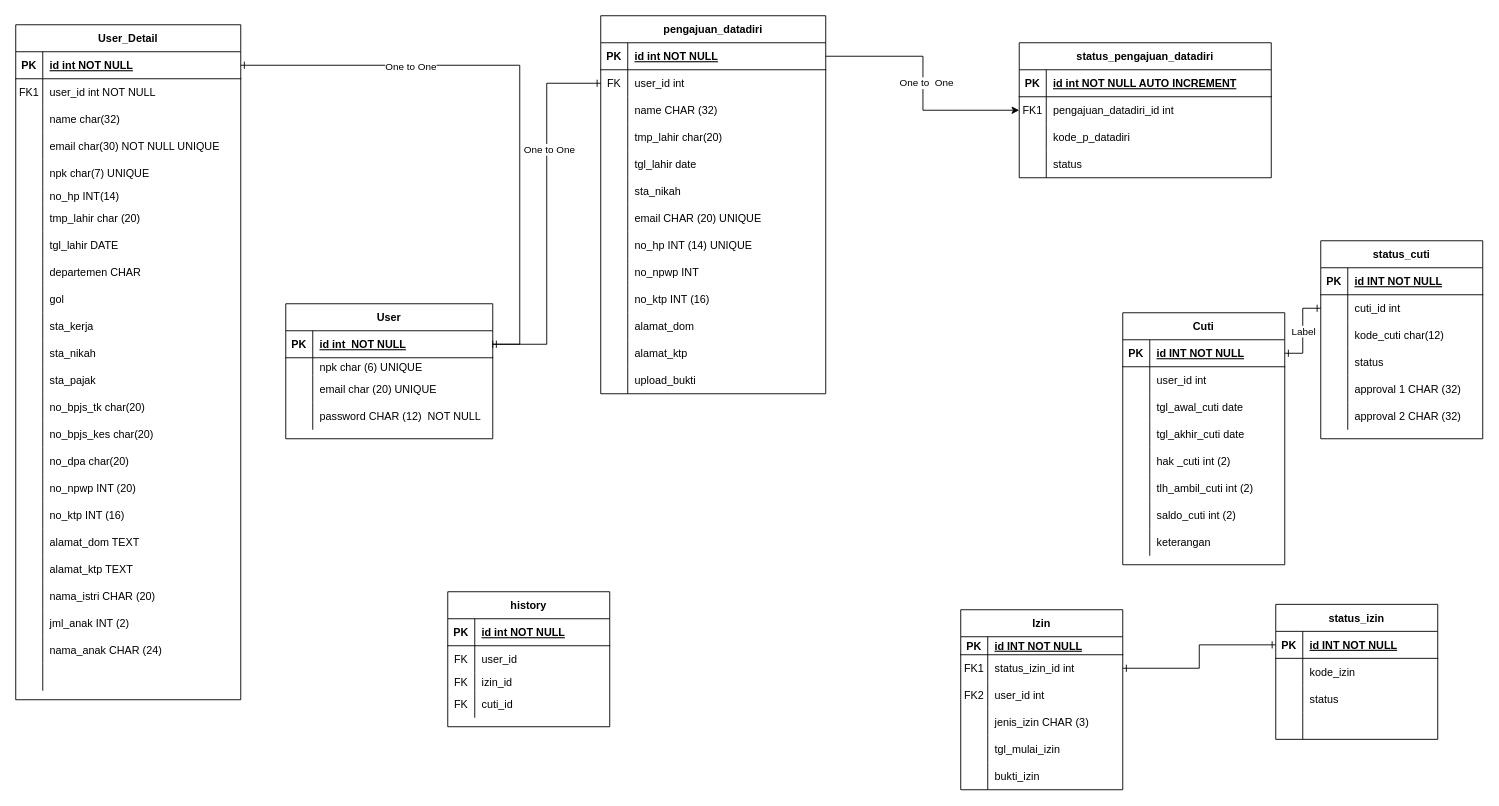
magang-aiia/ERD-Diagram keeps this draw.io diagram as ERDS1AR/ERD S1AR.drawio. Above is the earlier version. Source tidied: cells renumbered, new cells numbered last; positions are measured from the earlier drawing's top-left corner, leaving out a move shared by most shapes. Both pictures are drawn from the tidied source at 90%, with x=0, y=0 at pixel (15, 15).
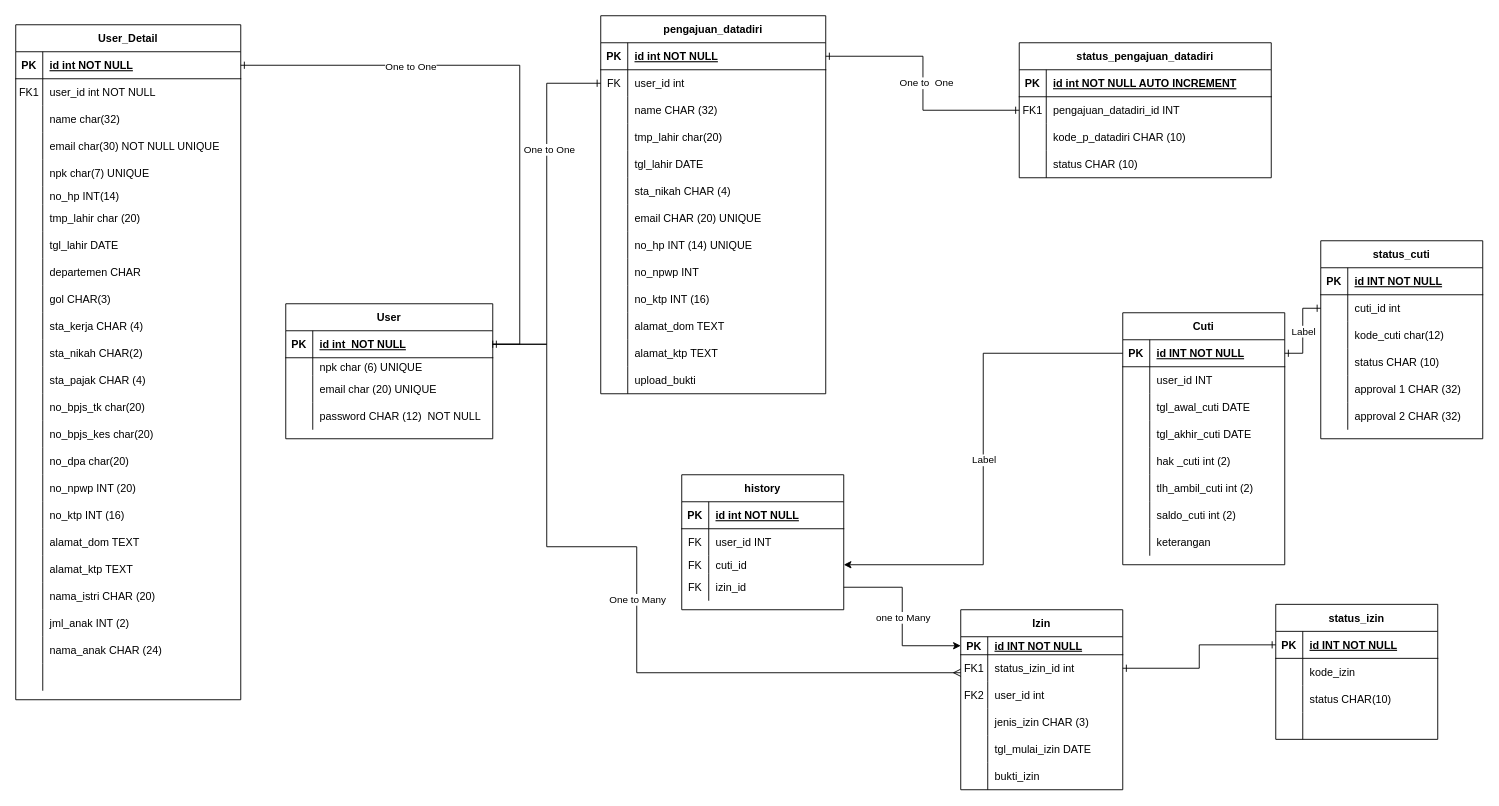
Above is the later version.

Commit message:
sbgn besar telah berelasi ERD S1AR.drawio

Unchanged cells that the change refers to:
```xml
<mxCell id="30" style="shape=partialRectangle;fillColor=none;top=0;left=0;right=0;bottom=0;" parent="2" vertex="1">
  <mxGeometry y="290" width="250" height="30" as="geometry" />
</mxCell>
<mxCell id="33" style="shape=partialRectangle;fillColor=none;top=0;left=0;right=0;bottom=0;" parent="2" vertex="1">
  <mxGeometry y="320" width="250" height="30" as="geometry" />
</mxCell>
<mxCell id="36" style="shape=partialRectangle;fillColor=none;top=0;left=0;right=0;bottom=0;" parent="2" vertex="1">
  <mxGeometry y="350" width="250" height="30" as="geometry" />
</mxCell>
<mxCell id="39" style="shape=partialRectangle;fillColor=none;top=0;left=0;right=0;bottom=0;" parent="2" vertex="1">
  <mxGeometry y="380" width="250" height="30" as="geometry" />
</mxCell>
<mxCell id="76" style="shape=partialRectangle;fillColor=none;points=[[0,0.5],[1,0.5]];portConstraint=eastwest;top=0;left=0;right=0;bottom=1;" parent="75" vertex="1">
  <mxGeometry y="30" width="250" height="30" as="geometry" />
</mxCell>
<mxCell id="88" style="shape=partialRectangle;fillColor=none;top=0;left=0;right=0;bottom=0;" parent="75" vertex="1">
  <mxGeometry y="150" width="250" height="30" as="geometry" />
</mxCell>
<mxCell id="91" style="shape=partialRectangle;fillColor=none;top=0;left=0;right=0;bottom=0;" parent="75" vertex="1">
  <mxGeometry y="180" width="250" height="30" as="geometry" />
</mxCell>
<mxCell id="106" style="shape=partialRectangle;fillColor=none;top=0;left=0;right=0;bottom=0;" parent="75" vertex="1">
  <mxGeometry y="330" width="250" height="30" as="geometry" />
</mxCell>
<mxCell id="109" style="shape=partialRectangle;fillColor=none;top=0;left=0;right=0;bottom=0;" parent="75" vertex="1">
  <mxGeometry y="360" width="250" height="30" as="geometry" />
</mxCell>
<mxCell id="116" style="shape=tableRow;horizontal=0;startSize=0;swimlaneHead=0;swimlaneBody=0;fillColor=none;points=[[0,0.5],[1,0.5]];portConstraint=eastwest;top=0;left=0;right=0;bottom=1;rounded=0;" parent="115" vertex="1">
  <mxGeometry y="30" width="230" height="30" as="geometry" />
</mxCell>
<mxCell id="129" style="shape=tableRow;horizontal=0;startSize=0;swimlaneHead=0;swimlaneBody=0;fillColor=none;points=[[0,0.5],[1,0.5]];portConstraint=eastwest;top=0;left=0;right=0;bottom=1;rounded=0;" parent="128" vertex="1">
  <mxGeometry y="30" width="180" height="30" as="geometry" />
</mxCell>
<mxCell id="132" style="shape=tableRow;horizontal=0;startSize=0;swimlaneHead=0;swimlaneBody=0;fillColor=none;top=0;left=0;right=0;bottom=0;rounded=0;" parent="128" vertex="1">
  <mxGeometry y="60" width="180" height="30" as="geometry" />
</mxCell>
<mxCell id="135" style="shape=tableRow;horizontal=0;startSize=0;swimlaneHead=0;swimlaneBody=0;fillColor=none;top=0;left=0;right=0;bottom=0;rounded=0;" parent="128" vertex="1">
  <mxGeometry y="90" width="180" height="30" as="geometry" />
</mxCell>
<mxCell id="138" style="shape=tableRow;horizontal=0;startSize=0;swimlaneHead=0;swimlaneBody=0;fillColor=none;top=0;left=0;right=0;bottom=0;rounded=0;" parent="128" vertex="1">
  <mxGeometry y="120" width="180" height="30" as="geometry" />
</mxCell>
<mxCell id="154" style="shape=tableRow;horizontal=0;startSize=0;swimlaneHead=0;swimlaneBody=0;fillColor=none;points=[[0,0.5],[1,0.5]];portConstraint=eastwest;top=0;left=0;right=0;bottom=1;rounded=0;" parent="153" vertex="1">
  <mxGeometry y="30" width="180" height="20" as="geometry" />
</mxCell>
<mxCell id="166" style="shape=tableRow;horizontal=0;startSize=0;swimlaneHead=0;swimlaneBody=0;fillColor=none;top=0;left=0;right=0;bottom=0;rounded=0;" parent="153" vertex="1">
  <mxGeometry y="140" width="180" height="30" as="geometry" />
</mxCell>
<mxCell id="176" style="shape=tableRow;horizontal=0;startSize=0;swimlaneHead=0;swimlaneBody=0;fillColor=none;points=[[0,0.5],[1,0.5]];portConstraint=eastwest;top=0;left=0;right=0;bottom=0;rounded=0;" parent="172" vertex="1">
  <mxGeometry y="60" width="280" height="30" as="geometry" />
</mxCell>
<mxCell id="179" style="shape=tableRow;horizontal=0;startSize=0;swimlaneHead=0;swimlaneBody=0;fillColor=none;top=0;left=0;right=0;bottom=0;rounded=0;" parent="172" vertex="1">
  <mxGeometry y="90" width="280" height="30" as="geometry" />
</mxCell>
<mxCell id="182" style="shape=tableRow;horizontal=0;startSize=0;swimlaneHead=0;swimlaneBody=0;fillColor=none;top=0;left=0;right=0;bottom=0;rounded=0;" parent="172" vertex="1">
  <mxGeometry y="120" width="280" height="30" as="geometry" />
</mxCell>
<mxCell id="195" style="shape=tableRow;horizontal=0;startSize=0;swimlaneHead=0;swimlaneBody=0;fillColor=none;top=0;left=0;right=0;bottom=0;rounded=0;" parent="185" vertex="1">
  <mxGeometry y="120" width="180" height="30" as="geometry" />
</mxCell>
<mxCell id="211" style="shape=tableRow;horizontal=0;startSize=0;swimlaneHead=0;swimlaneBody=0;fillColor=none;top=0;left=0;right=0;bottom=0;rounded=0;" parent="204" vertex="1">
  <mxGeometry y="90" width="180" height="30" as="geometry" />
</mxCell>
<mxCell id="221" style="shape=tableRow;horizontal=0;startSize=0;swimlaneHead=0;swimlaneBody=0;fillColor=none;top=0;left=0;right=0;bottom=0;rounded=0;" parent="217" vertex="1">
  <mxGeometry y="60" width="180" height="30" as="geometry" />
</mxCell>
<mxCell id="224" style="shape=tableRow;horizontal=0;startSize=0;swimlaneHead=0;swimlaneBody=0;fillColor=none;points=[[0,0.5],[1,0.5]];portConstraint=eastwest;top=0;left=0;right=0;bottom=0;rounded=0;" parent="217" vertex="1">
  <mxGeometry y="90" width="180" height="20" as="geometry" />
</mxCell>
<mxCell id="227" style="shape=tableRow;horizontal=0;startSize=0;swimlaneHead=0;swimlaneBody=0;fillColor=none;points=[[0,0.5],[1,0.5]];portConstraint=eastwest;top=0;left=0;right=0;bottom=0;rounded=0;" parent="217" vertex="1">
  <mxGeometry y="110" width="180" height="30" as="geometry" />
</mxCell>
```

Change to the diagram source:
```diff
@@
-    <mxCell id="32" value="gol" style="shape=partialRectangle;overflow=hidden;fillColor=none;top=0;left=0;bottom=0;right=0;align=left;spacingLeft=6;" parent="30" vertex="1">
+    <mxCell id="32" value="gol CHAR(3)" style="shape=partialRectangle;overflow=hidden;fillColor=none;top=0;left=0;bottom=0;right=0;align=left;spacingLeft=6;" parent="30" vertex="1">
       <mxGeometry x="30" width="220" height="30" as="geometry" />
     </mxCell>
@@
-    <mxCell id="35" value="sta_kerja" style="shape=partialRectangle;overflow=hidden;fillColor=none;top=0;left=0;bottom=0;right=0;align=left;spacingLeft=6;" parent="33" vertex="1">
+    <mxCell id="35" value="sta_kerja CHAR (4)" style="shape=partialRectangle;overflow=hidden;fillColor=none;top=0;left=0;bottom=0;right=0;align=left;spacingLeft=6;" parent="33" vertex="1">
       <mxGeometry x="30" width="220" height="30" as="geometry" />
     </mxCell>
@@
-    <mxCell id="38" value="sta_nikah" style="shape=partialRectangle;overflow=hidden;fillColor=none;top=0;left=0;bottom=0;right=0;align=left;spacingLeft=6;" parent="36" vertex="1">
+    <mxCell id="38" value="sta_nikah CHAR(2)" style="shape=partialRectangle;overflow=hidden;fillColor=none;top=0;left=0;bottom=0;right=0;align=left;spacingLeft=6;" parent="36" vertex="1">
       <mxGeometry x="30" width="220" height="30" as="geometry" />
     </mxCell>
@@
-    <mxCell id="41" value="sta_pajak" style="shape=partialRectangle;overflow=hidden;fillColor=none;top=0;left=0;bottom=0;right=0;align=left;spacingLeft=6;" parent="39" vertex="1">
+    <mxCell id="41" value="sta_pajak CHAR (4)" style="shape=partialRectangle;overflow=hidden;fillColor=none;top=0;left=0;bottom=0;right=0;align=left;spacingLeft=6;" parent="39" vertex="1">
       <mxGeometry x="30" width="220" height="30" as="geometry" />
     </mxCell>
@@
-    <mxCell id="90" value="tgl_lahir date" style="shape=partialRectangle;overflow=hidden;fillColor=none;top=0;left=0;bottom=0;right=0;align=left;spacingLeft=6;" parent="88" vertex="1">
+    <mxCell id="90" value="tgl_lahir DATE" style="shape=partialRectangle;overflow=hidden;fillColor=none;top=0;left=0;bottom=0;right=0;align=left;spacingLeft=6;" parent="88" vertex="1">
       <mxGeometry x="30" width="220" height="30" as="geometry" />
     </mxCell>
@@
-    <mxCell id="93" value="sta_nikah" style="shape=partialRectangle;overflow=hidden;fillColor=none;top=0;left=0;bottom=0;right=0;align=left;spacingLeft=6;" parent="91" vertex="1">
+    <mxCell id="93" value="sta_nikah CHAR (4)" style="shape=partialRectangle;overflow=hidden;fillColor=none;top=0;left=0;bottom=0;right=0;align=left;spacingLeft=6;" parent="91" vertex="1">
       <mxGeometry x="30" width="220" height="30" as="geometry" />
     </mxCell>
@@
-    <mxCell id="108" value="alamat_dom" style="shape=partialRectangle;overflow=hidden;fillColor=none;top=0;left=0;bottom=0;right=0;align=left;spacingLeft=6;" parent="106" vertex="1">
+    <mxCell id="108" value="alamat_dom TEXT" style="shape=partialRectangle;overflow=hidden;fillColor=none;top=0;left=0;bottom=0;right=0;align=left;spacingLeft=6;" parent="106" vertex="1">
       <mxGeometry x="30" width="220" height="30" as="geometry" />
     </mxCell>
@@
-    <mxCell id="111" value="alamat_ktp" style="shape=partialRectangle;overflow=hidden;fillColor=none;top=0;left=0;bottom=0;right=0;align=left;spacingLeft=6;" parent="109" vertex="1">
+    <mxCell id="111" value="alamat_ktp TEXT" style="shape=partialRectangle;overflow=hidden;fillColor=none;top=0;left=0;bottom=0;right=0;align=left;spacingLeft=6;" parent="109" vertex="1">
       <mxGeometry x="30" width="220" height="30" as="geometry" />
     </mxCell>
@@
-    <mxCell id="134" value="user_id int" style="shape=partialRectangle;fillColor=none;top=0;left=0;bottom=0;right=0;align=left;spacingLeft=6;overflow=hidden;rounded=0;" parent="132" vertex="1">
+    <mxCell id="134" value="user_id INT" style="shape=partialRectangle;fillColor=none;top=0;left=0;bottom=0;right=0;align=left;spacingLeft=6;overflow=hidden;rounded=0;" parent="132" vertex="1">
       <mxGeometry x="30" width="150" height="30" as="geometry" />
     </mxCell>
@@
-    <mxCell id="137" value="tgl_awal_cuti date" style="shape=partialRectangle;fillColor=none;top=0;left=0;bottom=0;right=0;align=left;spacingLeft=6;overflow=hidden;rounded=0;" parent="135" vertex="1">
+    <mxCell id="137" value="tgl_awal_cuti DATE" style="shape=partialRectangle;fillColor=none;top=0;left=0;bottom=0;right=0;align=left;spacingLeft=6;overflow=hidden;rounded=0;" parent="135" vertex="1">
       <mxGeometry x="30" width="150" height="30" as="geometry" />
     </mxCell>
@@
-    <mxCell id="140" value="tgl_akhir_cuti date" style="shape=partialRectangle;fillColor=none;top=0;left=0;bottom=0;right=0;align=left;spacingLeft=6;overflow=hidden;rounded=0;" parent="138" vertex="1">
+    <mxCell id="140" value="tgl_akhir_cuti DATE" style="shape=partialRectangle;fillColor=none;top=0;left=0;bottom=0;right=0;align=left;spacingLeft=6;overflow=hidden;rounded=0;" parent="138" vertex="1">
       <mxGeometry x="30" width="150" height="30" as="geometry" />
     </mxCell>
@@
-    <mxCell id="168" value="tgl_mulai_izin" style="shape=partialRectangle;fillColor=none;top=0;left=0;bottom=0;right=0;align=left;spacingLeft=6;overflow=hidden;rounded=0;" parent="166" vertex="1">
+    <mxCell id="168" value="tgl_mulai_izin DATE" style="shape=partialRectangle;fillColor=none;top=0;left=0;bottom=0;right=0;align=left;spacingLeft=6;overflow=hidden;rounded=0;" parent="166" vertex="1">
       <mxGeometry x="30" width="150" height="30" as="geometry" />
     </mxCell>
@@
-    <mxCell id="178" value="pengajuan_datadiri_id int" style="shape=partialRectangle;fillColor=none;top=0;left=0;bottom=0;right=0;align=left;spacingLeft=6;overflow=hidden;rounded=0;" parent="176" vertex="1">
+    <mxCell id="178" value="pengajuan_datadiri_id INT" style="shape=partialRectangle;fillColor=none;top=0;left=0;bottom=0;right=0;align=left;spacingLeft=6;overflow=hidden;rounded=0;" parent="176" vertex="1">
       <mxGeometry x="30" width="250" height="30" as="geometry" />
     </mxCell>
@@
-    <mxCell id="181" value="kode_p_datadiri" style="shape=partialRectangle;fillColor=none;top=0;left=0;bottom=0;right=0;align=left;spacingLeft=6;overflow=hidden;rounded=0;" parent="179" vertex="1">
+    <mxCell id="181" value="kode_p_datadiri CHAR (10)" style="shape=partialRectangle;fillColor=none;top=0;left=0;bottom=0;right=0;align=left;spacingLeft=6;overflow=hidden;rounded=0;" parent="179" vertex="1">
       <mxGeometry x="30" width="250" height="30" as="geometry" />
     </mxCell>
@@
-    <mxCell id="184" value="status" style="shape=partialRectangle;fillColor=none;top=0;left=0;bottom=0;right=0;align=left;spacingLeft=6;overflow=hidden;rounded=0;" parent="182" vertex="1">
+    <mxCell id="184" value="status CHAR (10)" style="shape=partialRectangle;fillColor=none;top=0;left=0;bottom=0;right=0;align=left;spacingLeft=6;overflow=hidden;rounded=0;" parent="182" vertex="1">
       <mxGeometry x="30" width="250" height="30" as="geometry" />
     </mxCell>
@@
-    <mxCell id="197" value="status" style="shape=partialRectangle;fillColor=none;top=0;left=0;bottom=0;right=0;align=left;spacingLeft=6;overflow=hidden;rounded=0;" parent="195" vertex="1">
+    <mxCell id="197" value="status CHAR (10)" style="shape=partialRectangle;fillColor=none;top=0;left=0;bottom=0;right=0;align=left;spacingLeft=6;overflow=hidden;rounded=0;" parent="195" vertex="1">
       <mxGeometry x="30" width="150" height="30" as="geometry" />
     </mxCell>
@@
-    <mxCell id="213" value="status" style="shape=partialRectangle;fillColor=none;top=0;left=0;bottom=0;right=0;align=left;spacingLeft=6;overflow=hidden;rounded=0;" parent="211" vertex="1">
+    <mxCell id="213" value="status CHAR(10)" style="shape=partialRectangle;fillColor=none;top=0;left=0;bottom=0;right=0;align=left;spacingLeft=6;overflow=hidden;rounded=0;" parent="211" vertex="1">
       <mxGeometry x="30" width="150" height="30" as="geometry" />
     </mxCell>
@@
     <mxCell id="217" value="history" style="shape=table;startSize=30;childLayout=tableLayout;rowLines=0;fontStyle=1;align=center;rounded=0;" parent="1" vertex="1">
-      <mxGeometry x="480" y="640" width="180" height="150" as="geometry" />
+      <mxGeometry x="740" y="510" width="180" height="150" as="geometry" />
     </mxCell>
@@
-    <mxCell id="223" value="user_id" style="shape=partialRectangle;fillColor=none;top=0;left=0;bottom=0;right=0;align=left;spacingLeft=6;overflow=hidden;rounded=0;" parent="221" vertex="1">
+    <mxCell id="223" value="user_id INT" style="shape=partialRectangle;fillColor=none;top=0;left=0;bottom=0;right=0;align=left;spacingLeft=6;overflow=hidden;rounded=0;" parent="221" vertex="1">
       <mxGeometry x="30" width="150" height="30" as="geometry" />
     </mxCell>
@@
-    <mxCell id="226" value="izin_id" style="shape=partialRectangle;fillColor=none;top=0;left=0;bottom=0;right=0;align=left;spacingLeft=6;overflow=hidden;rounded=0;" parent="224" vertex="1">
+    <mxCell id="226" value="cuti_id" style="shape=partialRectangle;fillColor=none;top=0;left=0;bottom=0;right=0;align=left;spacingLeft=6;overflow=hidden;rounded=0;" parent="224" vertex="1">
       <mxGeometry x="30" width="150" height="20" as="geometry" />
     </mxCell>
@@
-    <mxCell id="229" value="cuti_id" style="shape=partialRectangle;fillColor=none;top=0;left=0;bottom=0;right=0;align=left;spacingLeft=6;overflow=hidden;rounded=0;" parent="227" vertex="1">
+    <mxCell id="229" value="izin_id" style="shape=partialRectangle;fillColor=none;top=0;left=0;bottom=0;right=0;align=left;spacingLeft=6;overflow=hidden;rounded=0;" parent="227" vertex="1">
       <mxGeometry x="30" width="150" height="30" as="geometry" />
     </mxCell>
@@
-    <mxCell id="235" style="endArrow=classic;html=1;rounded=0;exitX=1;exitY=0.5;exitDx=0;exitDy=0;entryX=0;entryY=0.5;entryDx=0;entryDy=0;edgeStyle=elbowEdgeStyle;" parent="1" edge="1" source="76" target="176">
+    <mxCell id="235" style="endArrow=ERone;html=1;rounded=0;exitX=1;exitY=0.5;exitDx=0;exitDy=0;entryX=0;entryY=0.5;entryDx=0;entryDy=0;edgeStyle=elbowEdgeStyle;endFill=0;startArrow=ERone;startFill=0;" parent="1" edge="1" source="76" target="176">
       <mxGeometry relative="1" as="geometry" />
     </mxCell>
@@
+    <mxCell id="239" style="endArrow=ERmany;html=1;rounded=0;exitX=1;exitY=0.5;exitDx=0;exitDy=0;edgeStyle=orthogonalEdgeStyle;elbow=vertical;endFill=0;" parent="1" edge="1" source="116">
+      <mxGeometry relative="1" as="geometry">
+        <mxPoint x="1050" y="730" as="targetPoint" />
+        <Array as="points">
+          <mxPoint x="590" y="365" />
+          <mxPoint x="590" y="590" />
+          <mxPoint x="690" y="590" />
+          <mxPoint x="690" y="730" />
+        </Array>
+      </mxGeometry>
+    </mxCell>
+    <mxCell id="240" value="One to Many" style="edgeLabel;html=1;align=center;verticalAlign=middle;" parent="239" vertex="1">
+      <mxGeometry relative="1" as="geometry" />
+    </mxCell>
+    <mxCell id="241" style="endArrow=classic;html=1;rounded=0;exitX=1;exitY=0.5;exitDx=0;exitDy=0;entryX=0;entryY=0.5;entryDx=0;entryDy=0;edgeStyle=elbowEdgeStyle;" parent="1" edge="1" source="227" target="154">
+      <mxGeometry relative="1" as="geometry" />
+    </mxCell>
+    <mxCell id="242" value="one to Many" style="edgeLabel;html=1;align=center;verticalAlign=middle;" parent="241" vertex="1">
+      <mxGeometry relative="1" as="geometry" />
+    </mxCell>
+    <mxCell id="243" style="endArrow=classic;html=1;rounded=0;exitX=0;exitY=0.5;exitDx=0;exitDy=0;entryX=1;entryY=0.5;entryDx=0;entryDy=0;edgeStyle=elbowEdgeStyle;" parent="1" edge="1" source="129" target="224">
+      <mxGeometry relative="1" as="geometry" />
+    </mxCell>
+    <mxCell id="244" value="Label" style="edgeLabel;html=1;align=center;verticalAlign=middle;" parent="243" vertex="1">
+      <mxGeometry relative="1" as="geometry" />
+    </mxCell>
```
